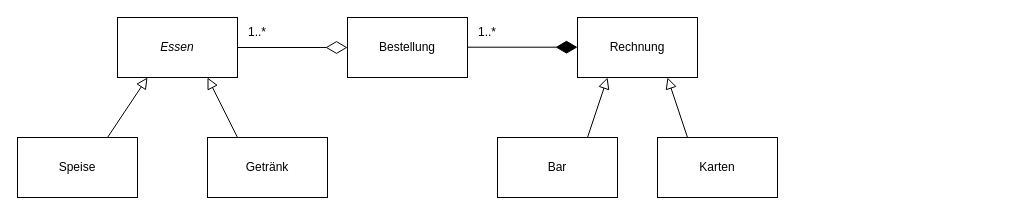
The draw.io diagram Tag_4/Klassendiagramm_Restaurant.drawio in McLutzifer/WIFI_SW-Engineering, before the edit. Source tidied: cells renumbered, new cells numbered last; positions are measured from the earlier drawing's top-left corner, leaving out a move shared by most shapes. Both pictures are drawn from the tidied source at 100%, with x=0, y=0 at pixel (17, 17).
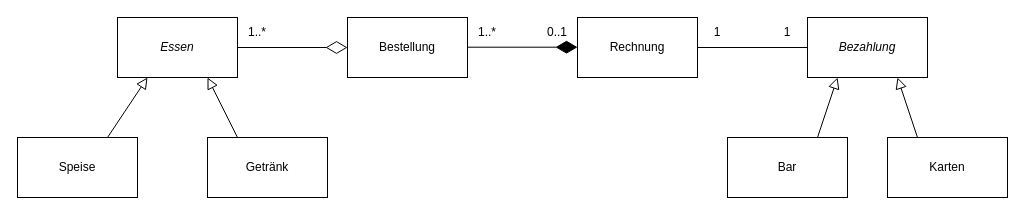
After the change.

The change refers to these unchanged cells:
```xml
<mxCell id="4" value="Rechnung" style="rounded=0;whiteSpace=wrap;html=1;" parent="1" vertex="1">
  <mxGeometry x="560" width="120" height="60" as="geometry" />
</mxCell>
```

What changed in the source:
```diff
@@
     <mxCell id="7" value="Bar" style="rounded=0;whiteSpace=wrap;html=1;" parent="1" vertex="1">
-      <mxGeometry x="480" y="120" width="120" height="60" as="geometry" />
+      <mxGeometry x="710" y="120" width="120" height="60" as="geometry" />
     </mxCell>
     <mxCell id="8" value="Karten" style="rounded=0;whiteSpace=wrap;html=1;" parent="1" vertex="1">
-      <mxGeometry x="640" y="120" width="120" height="60" as="geometry" />
+      <mxGeometry x="870" y="120" width="120" height="60" as="geometry" />
     </mxCell>
-    <mxCell id="9" style="endArrow=block;html=1;rounded=0;entryX=0.25;entryY=1;entryDx=0;entryDy=0;exitX=0.75;exitY=0;exitDx=0;exitDy=0;endFill=0;endSize=9;" parent="1" edge="1" source="7" target="4">
-      <mxGeometry relative="1" as="geometry" />
+    <mxCell id="9" style="endArrow=block;html=1;rounded=0;entryX=0.25;entryY=1;entryDx=0;entryDy=0;exitX=0.75;exitY=0;exitDx=0;exitDy=0;endFill=0;endSize=9;" parent="1" edge="1" source="7">
+      <mxGeometry relative="1" as="geometry">
+        <mxPoint x="820" y="60" as="targetPoint" />
+      </mxGeometry>
     </mxCell>
@@
-    <mxCell id="16" style="endArrow=block;html=1;rounded=0;entryX=0.75;entryY=1;entryDx=0;entryDy=0;exitX=0.25;exitY=0;exitDx=0;exitDy=0;endFill=0;endSize=9;" parent="1" edge="1" source="8" target="4">
-      <mxGeometry relative="1" as="geometry" />
+    <mxCell id="16" style="endArrow=block;html=1;rounded=0;entryX=0.75;entryY=1;entryDx=0;entryDy=0;exitX=0.25;exitY=0;exitDx=0;exitDy=0;endFill=0;endSize=9;" parent="1" edge="1" source="8">
+      <mxGeometry relative="1" as="geometry">
+        <mxPoint x="880" y="60" as="targetPoint" />
+      </mxGeometry>
     </mxCell>
+    <mxCell id="17" value="&lt;i&gt;Bezahlung&lt;/i&gt;" style="rounded=0;whiteSpace=wrap;html=1;" parent="1" vertex="1">
+      <mxGeometry x="790" width="120" height="60" as="geometry" />
+    </mxCell>
+    <mxCell id="18" value="0..1" style="text;html=1;strokeColor=none;fillColor=none;align=center;verticalAlign=middle;whiteSpace=wrap;rounded=0;" parent="1" vertex="1">
+      <mxGeometry x="510" width="60" height="30" as="geometry" />
+    </mxCell>
+    <mxCell id="19" style="endArrow=none;html=1;rounded=0;entryX=0;entryY=0.5;entryDx=0;entryDy=0;exitX=1;exitY=0.5;exitDx=0;exitDy=0;" parent="1" edge="1" source="4" target="17">
+      <mxGeometry relative="1" as="geometry" />
+    </mxCell>
+    <mxCell id="20" value="1" style="text;html=1;strokeColor=none;fillColor=none;align=center;verticalAlign=middle;whiteSpace=wrap;rounded=0;" parent="1" vertex="1">
+      <mxGeometry x="670" width="60" height="30" as="geometry" />
+    </mxCell>
+    <mxCell id="21" value="1" style="text;html=1;strokeColor=none;fillColor=none;align=center;verticalAlign=middle;whiteSpace=wrap;rounded=0;" parent="1" vertex="1">
+      <mxGeometry x="740" width="60" height="30" as="geometry" />
+    </mxCell>
```
